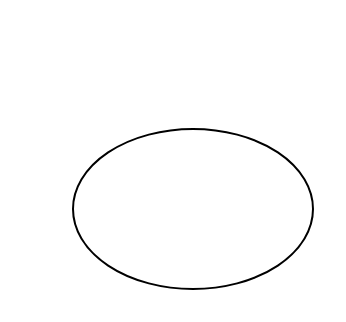
Above: assets/diagram/未命名绘图.drawio in yiliu1203/webSite (draw.io), before the change. Source tidied: cells renumbered, new cells numbered last; positions are measured from the earlier drawing's top-left corner, leaving out a move shared by most shapes. Both pictures are drawn from the tidied source at 200%, with x=0, y=0 at pixel (72, 128).
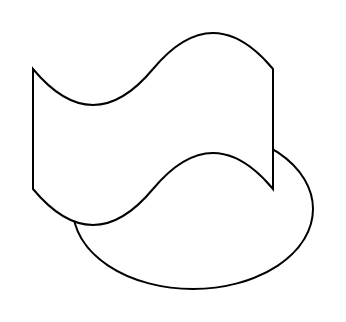
The same page after the edit.

Change to the diagram source:
```diff
@@
 <mxGraphModel>
   <root>
     <mxCell id="0" />
     <mxCell id="1" parent="0" />
     <mxCell id="2" style="ellipse;whiteSpace=wrap;html=1;" parent="1" vertex="1">
       <mxGeometry width="120" height="80" as="geometry" />
     </mxCell>
+    <mxCell id="3" style="shape=tape;whiteSpace=wrap;html=1;" parent="1" vertex="1">
+      <mxGeometry x="-20" y="-50" width="120" height="100" as="geometry" />
+    </mxCell>
   </root>
 </mxGraphModel>
```
